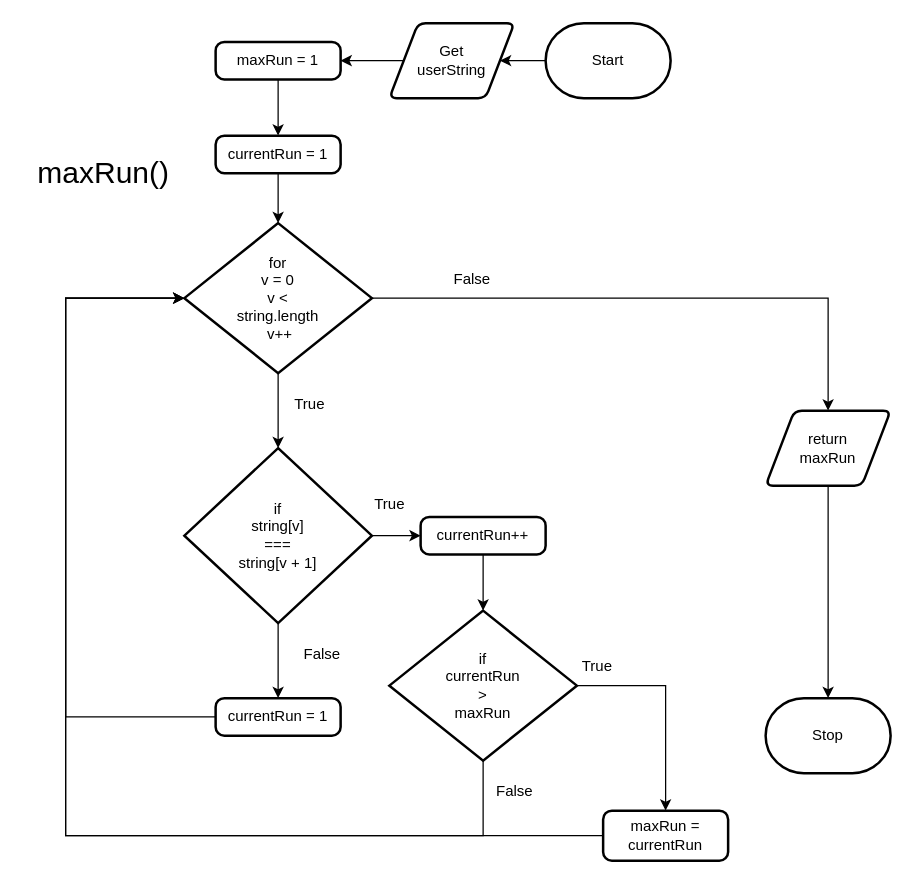
Before: flowchart.drawio in Troy-Appleby/ICS4U-Assignment-2-Typescript, a draw.io diagram. Source tidied: cells renumbered, new cells numbered last; positions are measured from the earlier drawing's top-left corner, leaving out a move shared by most shapes. Both pictures are drawn from the tidied source at 125%, with x=0, y=0 at pixel (21, 22).
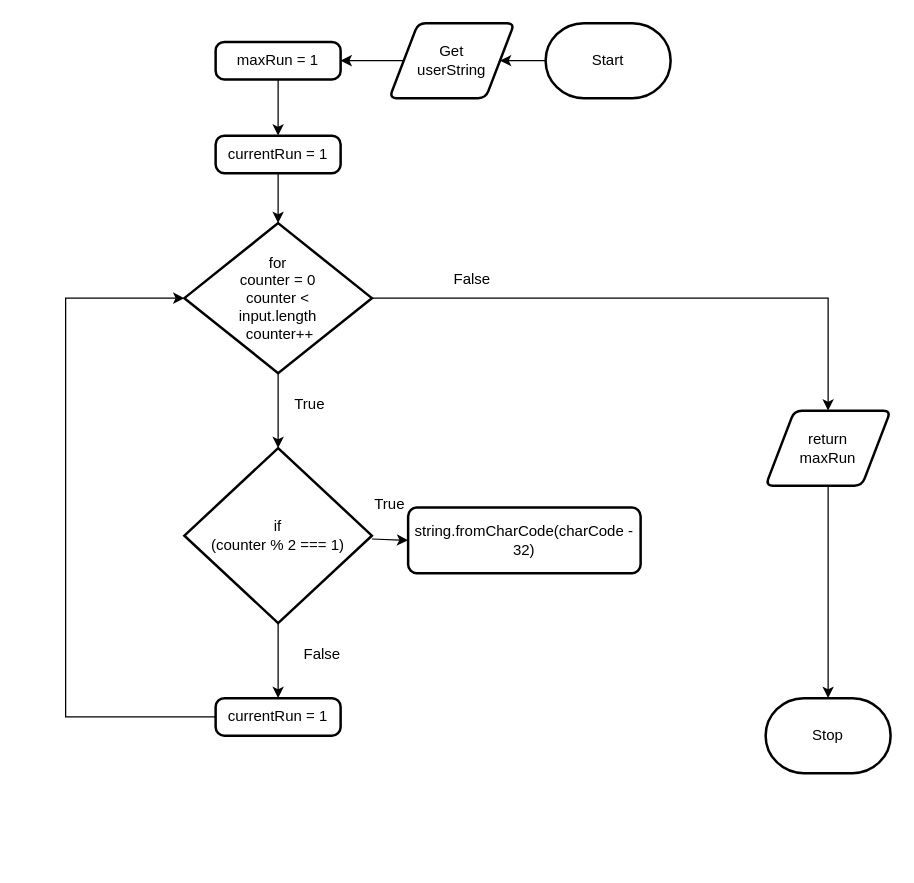
The same page after the edit.

Change to the diagram source:
```diff
@@
-    <mxCell id="8" value="for&lt;br&gt;v = 0&lt;br&gt;v &amp;lt; &lt;br&gt;string.length&lt;br&gt;&amp;nbsp;v++" style="strokeWidth=2;html=1;shape=mxgraph.flowchart.decision;whiteSpace=wrap;" parent="1" vertex="1">
+    <mxCell id="8" value="for&lt;br&gt;counter = 0&lt;br&gt;counter &amp;lt; &lt;br&gt;input.length&lt;br&gt;&amp;nbsp;counter++" style="strokeWidth=2;html=1;shape=mxgraph.flowchart.decision;whiteSpace=wrap;" parent="1" vertex="1">
       <mxGeometry x="130" y="160" width="150" height="120" as="geometry" />
     </mxCell>
@@
-    <mxCell id="15" value="if&lt;br&gt;string[v]&lt;br&gt;=== &lt;br&gt;string[v + 1]" style="strokeWidth=2;html=1;shape=mxgraph.flowchart.decision;whiteSpace=wrap;" parent="1" vertex="1">
+    <mxCell id="15" value="if&lt;br&gt;(counter % 2 === 1)" style="strokeWidth=2;html=1;shape=mxgraph.flowchart.decision;whiteSpace=wrap;" parent="1" vertex="1">
       <mxGeometry x="130" y="340" width="150" height="140" as="geometry" />
     </mxCell>
@@
-    <mxCell id="18" style="edgeStyle=none;html=1;entryX=0.5;entryY=0;entryDx=0;entryDy=0;entryPerimeter=0;" parent="1" edge="1" source="19" target="22">
-      <mxGeometry relative="1" as="geometry" />
-    </mxCell>
-    <mxCell id="19" value="currentRun++" style="rounded=1;whiteSpace=wrap;html=1;absoluteArcSize=1;arcSize=14;strokeWidth=2;" parent="1" vertex="1">
-      <mxGeometry x="319" y="395" width="100" height="30" as="geometry" />
+    <mxCell id="19" value="string.fromCharCode(charCode - 32)" style="rounded=1;whiteSpace=wrap;html=1;absoluteArcSize=1;arcSize=14;strokeWidth=2;" parent="1" vertex="1">
+      <mxGeometry x="309" y="387.5" width="186" height="52.5" as="geometry" />
     </mxCell>
-    <mxCell id="20" style="edgeStyle=orthogonalEdgeStyle;html=1;entryX=0.5;entryY=0;entryDx=0;entryDy=0;rounded=0;" parent="1" edge="1" source="22" target="24">
-      <mxGeometry relative="1" as="geometry" />
-    </mxCell>
-    <mxCell id="21" style="edgeStyle=orthogonalEdgeStyle;rounded=0;html=1;entryX=0;entryY=0.5;entryDx=0;entryDy=0;entryPerimeter=0;" parent="1" edge="1" source="22" target="8">
-      <mxGeometry relative="1" as="geometry">
-        <Array as="points">
-          <mxPoint x="369" y="650" />
-          <mxPoint x="35" y="650" />
-          <mxPoint x="35" y="220" />
-        </Array>
-      </mxGeometry>
-    </mxCell>
-    <mxCell id="22" value="if&lt;br&gt;currentRun&lt;br&gt;&amp;gt;&lt;br&gt;maxRun" style="strokeWidth=2;html=1;shape=mxgraph.flowchart.decision;whiteSpace=wrap;" parent="1" vertex="1">
-      <mxGeometry x="294" y="470" width="150" height="120" as="geometry" />
-    </mxCell>
-    <mxCell id="23" style="edgeStyle=orthogonalEdgeStyle;rounded=0;html=1;entryX=0;entryY=0.5;entryDx=0;entryDy=0;entryPerimeter=0;" parent="1" edge="1" source="24" target="8">
-      <mxGeometry relative="1" as="geometry">
-        <Array as="points">
-          <mxPoint x="35" y="650" />
-          <mxPoint x="35" y="220" />
-        </Array>
-      </mxGeometry>
-    </mxCell>
-    <mxCell id="24" value="maxRun = currentRun" style="rounded=1;whiteSpace=wrap;html=1;absoluteArcSize=1;arcSize=14;strokeWidth=2;" parent="1" vertex="1">
-      <mxGeometry x="465" y="630" width="100" height="40" as="geometry" />
-    </mxCell>
@@
-    <mxCell id="30" value="True" style="text;html=1;align=center;verticalAlign=middle;strokeColor=none;fillColor=none;" parent="1" vertex="1">
-      <mxGeometry x="435" y="500" width="50" height="30" as="geometry" />
-    </mxCell>
@@
-    <mxCell id="32" value="False" style="text;html=1;align=center;verticalAlign=middle;strokeColor=none;fillColor=none;" parent="1" vertex="1">
-      <mxGeometry x="369" y="600" width="50" height="30" as="geometry" />
-    </mxCell>
-    <mxCell id="33" value="&lt;font style=&quot;font-size: 24px;&quot;&gt;maxRun()&lt;/font&gt;" style="text;html=1;align=center;verticalAlign=middle;strokeColor=none;fillColor=none;" parent="1" vertex="1">
-      <mxGeometry y="100" width="130" height="40" as="geometry" />
-    </mxCell>
```
